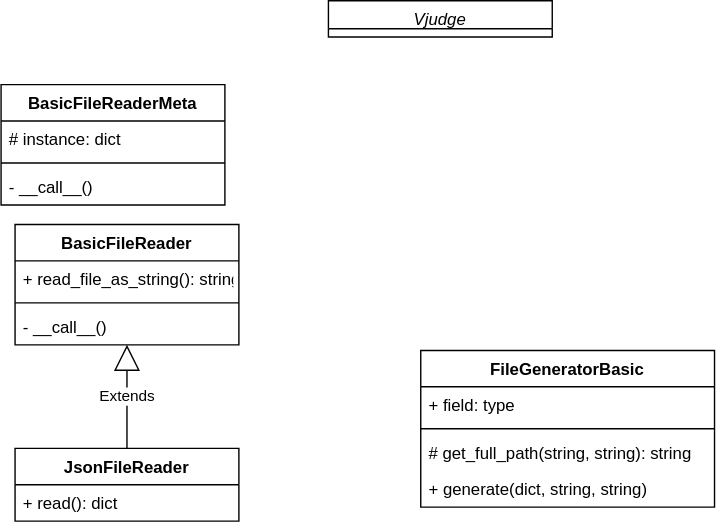
Above: Vjudge-contest-status-automator.drawio.svg in OmarElaraby26/Vjudge-contest-status-automator (draw.io), before the change. Source tidied: cells renumbered, new cells last; positions are measured from the earlier drawing's top-left corner, leaving out a move shared by most shapes.
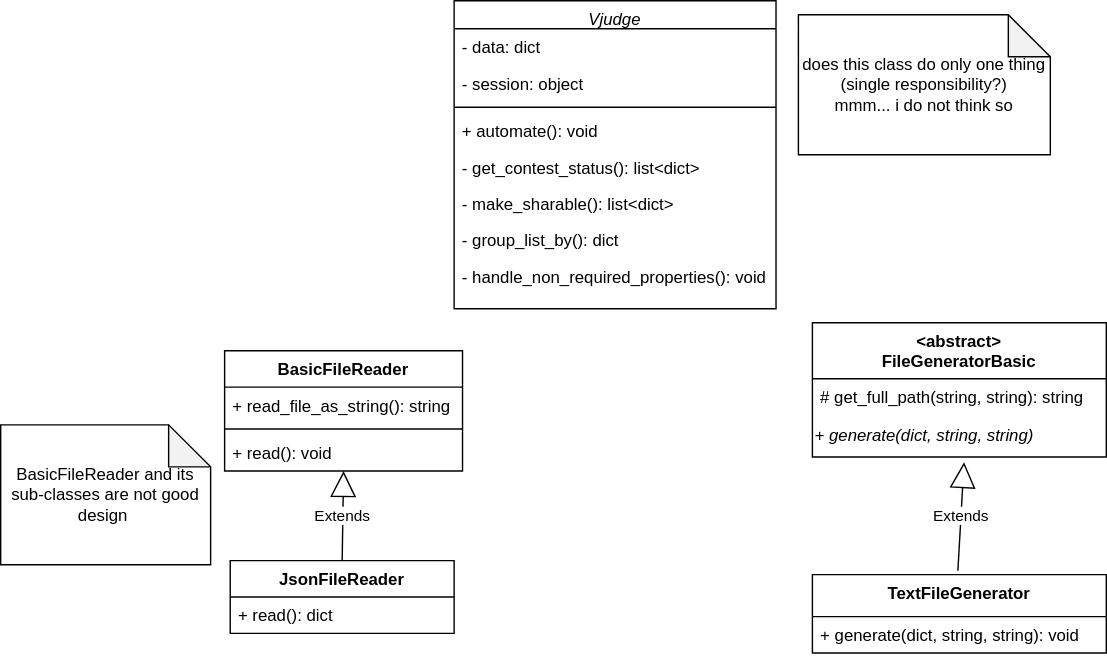
After the commit.

The edit, as a diff of the source:
```diff
@@ -2,38 +2,50 @@
   <root>
     <mxCell id="0" />
     <mxCell id="1" parent="0" />
-    <mxCell id="2" value="Vjudge" style="swimlane;fontStyle=2;align=center;verticalAlign=top;horizontal=1;startSize=20;rounded=0;shadow=0;strokeWidth=1;" parent="1" vertex="1" collapsed="1">
-      <mxGeometry x="234" width="160" height="26" as="geometry" />
+    <mxCell id="2" value="Vjudge" style="swimlane;fontStyle=2;align=center;verticalAlign=top;horizontal=1;startSize=20;rounded=0;shadow=0;strokeWidth=1;" parent="1" vertex="1">
+      <mxGeometry x="234" y="-60" width="230" height="220" as="geometry" />
     </mxCell>
+    <mxCell id="20" value="- data: dict&#10;" style="text;align=left;verticalAlign=top;spacingLeft=4;spacingRight=4;overflow=hidden;" parent="2" vertex="1">
+      <mxGeometry y="20" width="230" height="26" as="geometry" />
+    </mxCell>
+    <mxCell id="21" value="- session: object" style="text;align=left;verticalAlign=top;spacingLeft=4;spacingRight=4;overflow=hidden;rounded=0;shadow=0;html=0;" parent="2" vertex="1">
+      <mxGeometry y="46" width="230" height="26" as="geometry" />
+    </mxCell>
+    <mxCell id="22" style="line;html=1;strokeWidth=1;align=left;verticalAlign=middle;spacingTop=-1;spacingLeft=3;spacingRight=3;labelPosition=right;" parent="2" vertex="1">
+      <mxGeometry y="72" width="230" height="8" as="geometry" />
+    </mxCell>
+    <mxCell id="23" value="+ automate(): void" style="text;align=left;verticalAlign=top;spacingLeft=4;spacingRight=4;overflow=hidden;" parent="2" vertex="1">
+      <mxGeometry y="80" width="230" height="26" as="geometry" />
+    </mxCell>
+    <mxCell id="24" value="- get_contest_status(): list&lt;dict&gt;&#10;" style="text;align=left;verticalAlign=top;spacingLeft=4;spacingRight=4;overflow=hidden;" parent="2" vertex="1">
+      <mxGeometry y="106" width="230" height="26" as="geometry" />
+    </mxCell>
+    <mxCell id="25" value="- make_sharable(): list&lt;dict&gt;&#10;" style="text;align=left;verticalAlign=top;spacingLeft=4;spacingRight=4;overflow=hidden;" parent="2" vertex="1">
+      <mxGeometry y="132" width="230" height="26" as="geometry" />
+    </mxCell>
+    <mxCell id="26" value="- group_list_by(): dict" style="text;align=left;verticalAlign=top;spacingLeft=4;spacingRight=4;overflow=hidden;" parent="2" vertex="1">
+      <mxGeometry y="158" width="230" height="26" as="geometry" />
+    </mxCell>
+    <mxCell id="27" value="- handle_non_required_properties(): void&#10;" style="text;align=left;verticalAlign=top;spacingLeft=4;spacingRight=4;overflow=hidden;" parent="2" vertex="1">
+      <mxGeometry y="184" width="230" height="26" as="geometry" />
+    </mxCell>
     <mxCell id="3" style="edgeStyle=orthogonalEdgeStyle;rounded=0;orthogonalLoop=1;jettySize=auto;html=1;exitX=0.5;exitY=1;exitDx=0;exitDy=0;" parent="1" edge="1" source="2" target="2">
       <mxGeometry relative="1" as="geometry" />
     </mxCell>
-    <mxCell id="4" value="BasicFileReaderMeta" style="swimlane;fontStyle=1;align=center;verticalAlign=top;horizontal=1;startSize=26;" parent="1" vertex="1">
-      <mxGeometry y="60" width="160" height="86" as="geometry" />
-    </mxCell>
-    <mxCell id="5" value="# instance: dict&#10;" style="text;strokeColor=none;fillColor=none;align=left;verticalAlign=top;spacingLeft=4;spacingRight=4;overflow=hidden;" parent="4" vertex="1">
-      <mxGeometry y="26" width="160" height="26" as="geometry" />
-    </mxCell>
-    <mxCell id="6" style="line;strokeWidth=1;fillColor=none;align=left;verticalAlign=middle;spacingTop=-1;spacingLeft=3;spacingRight=3;labelPosition=right;" parent="4" vertex="1">
-      <mxGeometry y="52" width="160" height="8" as="geometry" />
-    </mxCell>
-    <mxCell id="7" value="- __call__()&#10;" style="text;strokeColor=none;fillColor=none;align=left;verticalAlign=top;spacingLeft=4;spacingRight=4;overflow=hidden;" parent="4" vertex="1">
-      <mxGeometry y="60" width="160" height="26" as="geometry" />
-    </mxCell>
     <mxCell id="8" value=" BasicFileReader" style="swimlane;fontStyle=1;align=center;verticalAlign=top;horizontal=1;startSize=26;" parent="1" vertex="1">
-      <mxGeometry x="10" y="160" width="160" height="86" as="geometry" />
+      <mxGeometry x="70" y="190" width="170" height="86" as="geometry" />
     </mxCell>
     <mxCell id="9" value=" + read_file_as_string(): string&#10;&#10;" style="text;strokeColor=none;fillColor=none;align=left;verticalAlign=top;spacingLeft=4;spacingRight=4;overflow=hidden;" parent="8" vertex="1">
-      <mxGeometry y="26" width="160" height="26" as="geometry" />
+      <mxGeometry y="26" width="170" height="26" as="geometry" />
     </mxCell>
     <mxCell id="10" style="line;strokeWidth=1;fillColor=none;align=left;verticalAlign=middle;spacingTop=-1;spacingLeft=3;spacingRight=3;labelPosition=right;" parent="8" vertex="1">
-      <mxGeometry y="52" width="160" height="8" as="geometry" />
+      <mxGeometry y="52" width="170" height="8" as="geometry" />
     </mxCell>
-    <mxCell id="11" value="- __call__()&#10;" style="text;strokeColor=none;fillColor=none;align=left;verticalAlign=top;spacingLeft=4;spacingRight=4;overflow=hidden;" parent="8" vertex="1">
-      <mxGeometry y="60" width="160" height="26" as="geometry" />
+    <mxCell id="11" value="+ read(): void&#10;" style="text;strokeColor=none;fillColor=none;align=left;verticalAlign=top;spacingLeft=4;spacingRight=4;overflow=hidden;" parent="8" vertex="1">
+      <mxGeometry y="60" width="170" height="26" as="geometry" />
     </mxCell>
     <mxCell id="12" value=" JsonFileReader" style="swimlane;fontStyle=1;align=center;verticalAlign=top;horizontal=1;startSize=26;" parent="1" vertex="1">
-      <mxGeometry x="10" y="320" width="160" height="52" as="geometry" />
+      <mxGeometry x="74" y="340" width="160" height="52" as="geometry" />
     </mxCell>
     <mxCell id="13" value=" + read(): dict&#10;" style="text;strokeColor=none;fillColor=none;align=left;verticalAlign=top;spacingLeft=4;spacingRight=4;overflow=hidden;" parent="12" vertex="1">
       <mxGeometry y="26" width="160" height="26" as="geometry" />
@@ -41,20 +53,29 @@
     <mxCell id="14" value="Extends" style="endArrow=block;endSize=16;endFill=0;html=1;rounded=0;entryX=0.5;entryY=1;entryDx=0;entryDy=0;exitX=0.5;exitY=0;exitDx=0;exitDy=0;" parent="1" edge="1" source="12" target="8">
       <mxGeometry relative="1" as="geometry" />
     </mxCell>
-    <mxCell id="15" value="FileGeneratorBasic" style="swimlane;fontStyle=1;align=center;verticalAlign=top;horizontal=1;startSize=26;" parent="1" vertex="1">
-      <mxGeometry x="300" y="250" width="210" height="112" as="geometry" />
+    <mxCell id="15" value="&lt;abstract&gt;&#10;FileGeneratorBasic" style="swimlane;fontStyle=1;align=center;verticalAlign=top;horizontal=1;startSize=40;" parent="1" vertex="1">
+      <mxGeometry x="490" y="170" width="210" height="96" as="geometry" />
     </mxCell>
-    <mxCell id="16" value="+ field: type" style="text;strokeColor=none;fillColor=none;align=left;verticalAlign=top;spacingLeft=4;spacingRight=4;overflow=hidden;" parent="15" vertex="1">
-      <mxGeometry y="26" width="210" height="26" as="geometry" />
-    </mxCell>
-    <mxCell id="17" style="line;strokeWidth=1;fillColor=none;align=left;verticalAlign=middle;spacingTop=-1;spacingLeft=3;spacingRight=3;labelPosition=right;" parent="15" vertex="1">
-      <mxGeometry y="52" width="210" height="8" as="geometry" />
-    </mxCell>
     <mxCell id="18" value=" # get_full_path(string, string): string&#10;" style="text;strokeColor=none;fillColor=none;align=left;verticalAlign=top;spacingLeft=4;spacingRight=4;overflow=hidden;" parent="15" vertex="1">
-      <mxGeometry y="60" width="210" height="26" as="geometry" />
+      <mxGeometry y="40" width="210" height="26" as="geometry" />
     </mxCell>
-    <mxCell id="19" value=" + generate(dict, string, string)&#10;&#10;" style="text;strokeColor=none;fillColor=none;align=left;verticalAlign=top;spacingLeft=4;spacingRight=4;overflow=hidden;points=[[0,0.5],[1,0.5]];portConstraint=eastwest;" parent="15" vertex="1">
-      <mxGeometry y="86" width="210" height="26" as="geometry" />
+    <mxCell id="19" value="&lt;div align=&quot;left&quot;&gt;&lt;i&gt; + generate(dict, string, string)&lt;/i&gt;&lt;/div&gt;" style="text;html=1;align=left;verticalAlign=middle;points=[];fillColor=none;strokeColor=none;rounded=0;" parent="15" vertex="1">
+      <mxGeometry y="66" width="210" height="30" as="geometry" />
     </mxCell>
+    <mxCell id="28" value="TextFileGenerator" style="swimlane;fontStyle=1;align=center;verticalAlign=top;horizontal=1;startSize=30;" parent="1" vertex="1">
+      <mxGeometry x="490" y="350" width="210" height="56" as="geometry" />
+    </mxCell>
+    <mxCell id="29" value="+ generate(dict, string, string): void&#10;" style="text;strokeColor=none;fillColor=none;align=left;verticalAlign=top;spacingLeft=4;spacingRight=4;overflow=hidden;" parent="28" vertex="1">
+      <mxGeometry y="30" width="210" height="26" as="geometry" />
+    </mxCell>
+    <mxCell id="30" value="Extends" style="endArrow=block;endSize=16;endFill=0;html=1;rounded=0;exitX=0.495;exitY=-0.049;exitDx=0;exitDy=0;exitPerimeter=0;entryX=0.516;entryY=1.124;entryDx=0;entryDy=0;entryPerimeter=0;" parent="1" edge="1" source="28" target="19">
+      <mxGeometry relative="1" as="geometry" />
+    </mxCell>
+    <mxCell id="31" value=" BasicFileReader and its sub-classes are not good design&amp;nbsp;" style="shape=note;whiteSpace=wrap;html=1;backgroundOutline=1;darkOpacity=0.05;" parent="1" vertex="1">
+      <mxGeometry x="-90" y="243" width="150" height="100" as="geometry" />
+    </mxCell>
+    <mxCell id="32" value="does this class do only one thing (single responsibility?)&lt;br&gt;mmm... i do not think so" style="shape=note;whiteSpace=wrap;html=1;backgroundOutline=1;darkOpacity=0.05;" parent="1" vertex="1">
+      <mxGeometry x="480" y="-50" width="180" height="100" as="geometry" />
+    </mxCell>
   </root>
 </mxGraphModel>
```
